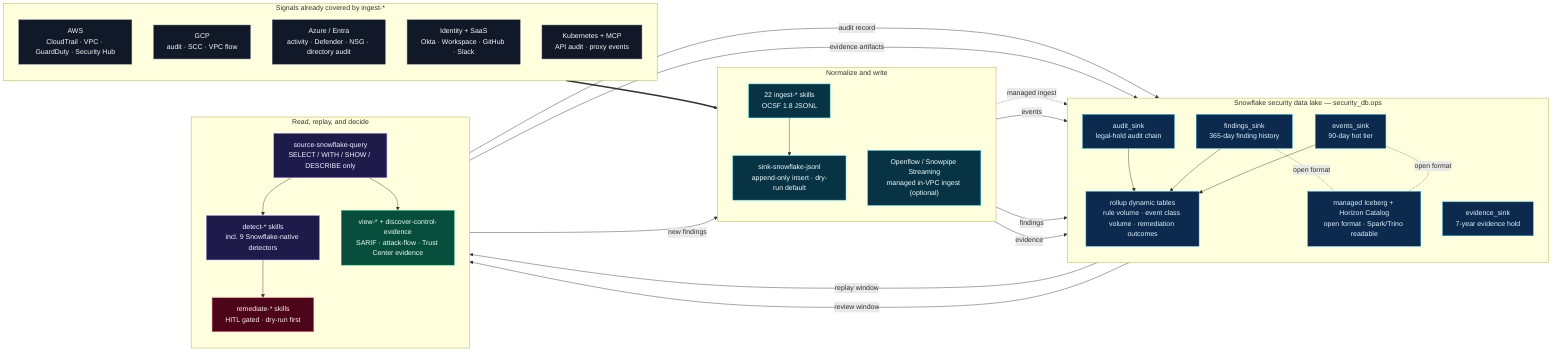
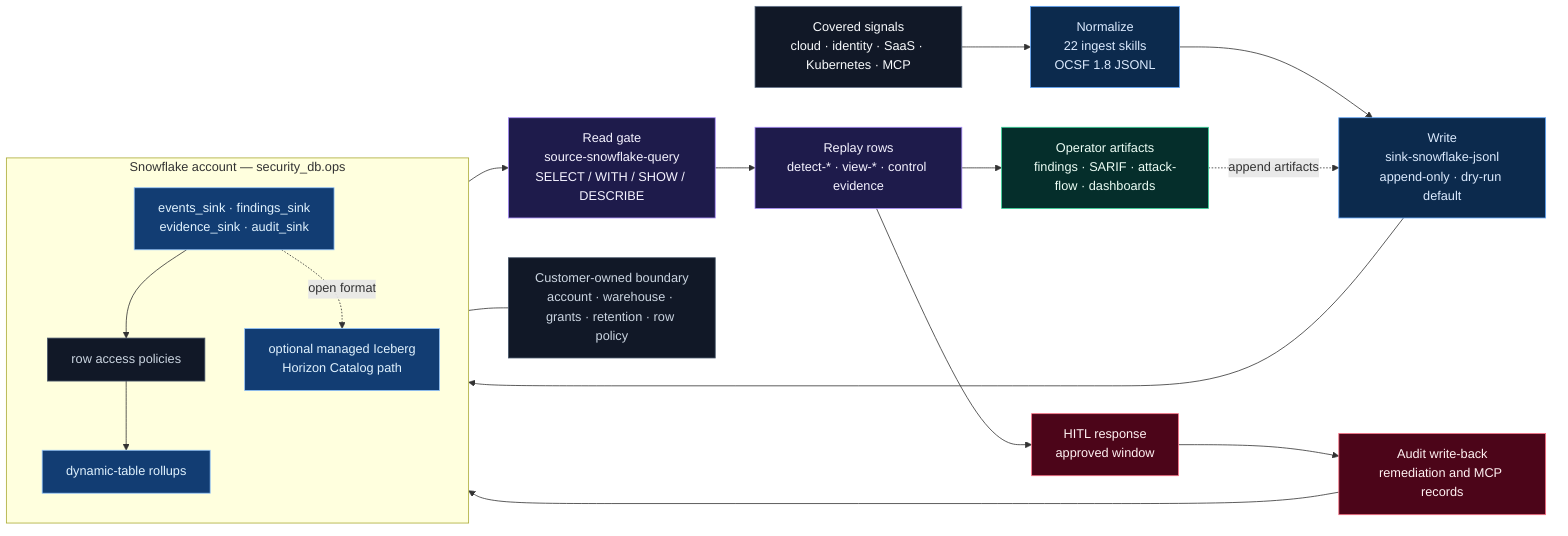
- %% Snowflake security data lake — closed-loop lanes.
+ %% Snowflake security data lake — readable closed-loop lanes.
%% Hero-narrative companion to docs/SNOWFLAKE_DATA_LAKE.md.
- %% Render with `mmdc -i snowflake-data-lake.mmd -o snowflake-data-lake.svg`.
+ %% The README SVG is hand-authored for readability; this Mermaid source keeps
+ %% the same logical topology without the old dense auto-layout graph.

flowchart LR
-     classDef signal    fill:#111827,stroke:#64748b,color:#f8fafc
-     classDef transform fill:#083344,stroke:#22d3ee,color:#ecfeff
-     classDef lake      fill:#0c2a4d,stroke:#29b5e8,color:#e0f2fe
-     classDef query     fill:#1e1b4b,stroke:#a78bfa,color:#f5f3ff
-     classDef output    fill:#064e3b,stroke:#34d399,color:#ecfdf5
-     classDef audit     fill:#4c0519,stroke:#fb7185,color:#fff1f2
+     classDef signal fill:#111827,stroke:#64748b,color:#f8fafc
+     classDef write fill:#0c2a4d,stroke:#60a5fa,color:#dbeafe
+     classDef lake fill:#123d73,stroke:#93c5fd,color:#e0f2fe
+     classDef read fill:#1e1b4b,stroke:#a78bfa,color:#f5f3ff
+     classDef output fill:#052e2b,stroke:#34d399,color:#ecfdf5
+     classDef audit fill:#4c0519,stroke:#fb7185,color:#fff1f2
+     classDef policy fill:#111827,stroke:#475569,color:#cbd5e1

-     subgraph SIG["Signals already covered by ingest-*"]
+     SIG["Covered signals<br/>cloud · identity · SaaS · Kubernetes · MCP"]:::signal
+     ING["Normalize<br/>22 ingest skills<br/>OCSF 1.8 JSONL"]:::write
+     SINK["Write<br/>sink-snowflake-jsonl<br/>append-only · dry-run default"]:::write
+ 
+     subgraph SNOW["Snowflake account — security_db.ops"]
      direction TB
-       AWS["AWS<br/>CloudTrail · VPC · GuardDuty · Security Hub"]:::signal
-       GCP["GCP<br/>audit · SCC · VPC flow"]:::signal
-       AZ["Azure / Entra<br/>activity · Defender · NSG · directory audit"]:::signal
-       IDP["Identity + SaaS<br/>Okta · Workspace · GitHub · Slack"]:::signal
-       KSP["Kubernetes + MCP<br/>API audit · proxy events"]:::signal
+       TABLES["events_sink · findings_sink<br/>evidence_sink · audit_sink"]:::lake
+       RLS["row access policies"]:::policy
+       DT["dynamic-table rollups"]:::lake
+       ICE["optional managed Iceberg<br/>Horizon Catalog path"]:::lake
    end

-     subgraph L1["Normalize and write"]
-       direction TB
-       ING["22 ingest-* skills<br/>OCSF 1.8 JSONL"]:::transform
-       SINK["sink-snowflake-jsonl<br/>append-only insert · dry-run default"]:::transform
-       FLOW["Openflow / Snowpipe Streaming<br/>managed in-VPC ingest (optional)"]:::transform
-     end
+     READ["Read gate<br/>source-snowflake-query<br/>SELECT / WITH / SHOW / DESCRIBE"]:::read
+     REPLAY["Replay rows<br/>detect-* · view-* · control evidence"]:::read
+     ART["Operator artifacts<br/>findings · SARIF · attack-flow · dashboards"]:::output
+     HITL["HITL response<br/>approved window"]:::audit
+     AUDIT["Audit write-back<br/>remediation and MCP records"]:::audit
+     BOUNDARY["Customer-owned boundary<br/>account · warehouse · grants · retention · row policy"]:::policy

-     subgraph LAKE["Snowflake security data lake — security_db.ops"]
-       direction TB
-       HOT["events_sink<br/>90-day hot tier"]:::lake
-       FIND["findings_sink<br/>365-day finding history"]:::lake
-       EVID["evidence_sink<br/>7-year evidence hold"]:::lake
-       AUD["audit_sink<br/>legal-hold audit chain"]:::lake
-       DT["rollup dynamic tables<br/>rule volume · event class volume · remediation outcomes"]:::lake
-       ICE["managed Iceberg + Horizon Catalog<br/>open format · Spark/Trino readable"]:::lake
-     end
- 
-     subgraph REPLAY["Read, replay, and decide"]
-       direction TB
-       SRC["source-snowflake-query<br/>SELECT / WITH / SHOW / DESCRIBE only"]:::query
-       DET["detect-* skills<br/>incl. 9 Snowflake-native detectors"]:::query
-       VIEW["view-* + discover-control-evidence<br/>SARIF · attack-flow · Trust Center evidence"]:::output
-       REM["remediate-* skills<br/>HITL gated · dry-run first"]:::audit
-     end
- 
-     SIG ==> ING
-     ING --> SINK
-     FLOW -. "managed ingest" .-> HOT
-     SINK -- "events" --> HOT
-     SINK -- "findings" --> FIND
-     SINK -- "evidence" --> EVID
-     HOT --> DT
-     FIND --> DT
-     AUD --> DT
-     HOT -. "open format" .- ICE
-     FIND -. "open format" .- ICE
-     HOT -- "replay window" --> SRC
-     FIND -- "review window" --> SRC
-     SRC --> DET
-     SRC --> VIEW
-     DET -- "new findings" --> SINK
-     DET --> REM
-     REM -- "audit record" --> AUD
-     VIEW -- "evidence artifacts" --> EVID
+     SIG --> ING --> SINK --> TABLES
+     TABLES --> RLS --> DT
+     TABLES -. open format .-> ICE
+     TABLES --> READ --> REPLAY --> ART
+     ART -. append artifacts .-> SINK
+     REPLAY --> HITL --> AUDIT --> TABLES
+     TABLES --- BOUNDARY
